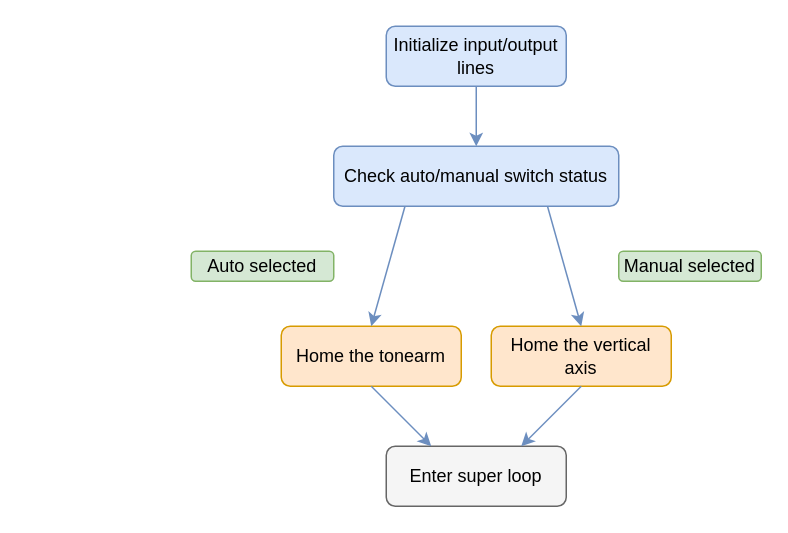
This is Design/Software/Setup.drawio from pdnelson/Automatic-Record-Player, a draw.io file, before an edit. Source tidied: cells renumbered, new cells numbered last; positions are measured from the earlier drawing's top-left corner, leaving out a move shared by most shapes. Both pictures are drawn from the tidied source at 150%, with x=0, y=0 at pixel (190, 26).
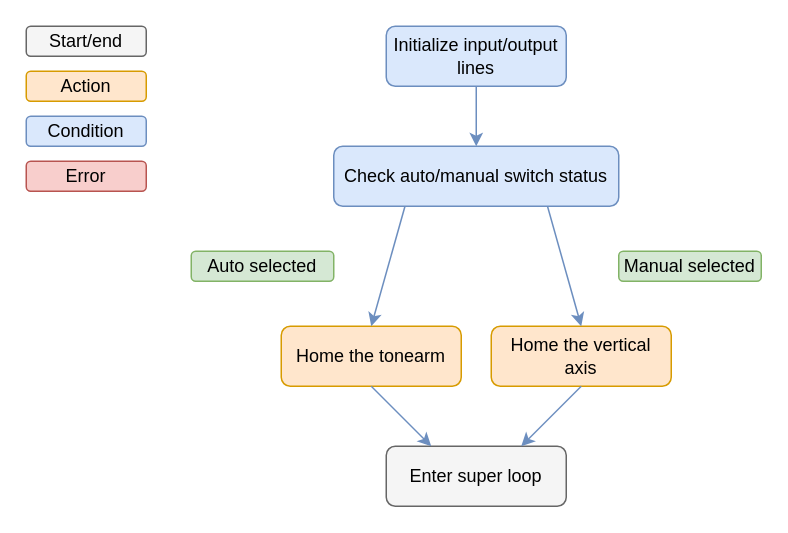
The same page after the edit.

Diff of the diagram source:
```diff
@@
 <mxGraphModel>
   <root>
     <mxCell id="0" />
     <mxCell id="1" parent="0" />
     <mxCell id="2" value="&lt;font color=&quot;#000000&quot;&gt;Initialize input/output lines&lt;/font&gt;" style="rounded=1;whiteSpace=wrap;html=1;fillColor=#dae8fc;strokeColor=#6c8ebf;" parent="1" vertex="1">
       <mxGeometry x="130" width="120" height="40" as="geometry" />
     </mxCell>
     <mxCell id="3" value="&lt;font color=&quot;#000000&quot;&gt;Check auto/manual switch status&lt;/font&gt;" style="rounded=1;whiteSpace=wrap;html=1;fillColor=#dae8fc;strokeColor=#6c8ebf;" parent="1" vertex="1">
       <mxGeometry x="95" y="80" width="190" height="40" as="geometry" />
     </mxCell>
     <mxCell id="4" value="&lt;font color=&quot;#000000&quot;&gt;Home the tonearm&lt;/font&gt;" style="rounded=1;whiteSpace=wrap;html=1;fillColor=#ffe6cc;strokeColor=#d79b00;" parent="1" vertex="1">
       <mxGeometry x="60" y="200" width="120" height="40" as="geometry" />
     </mxCell>
     <mxCell id="5" value="&lt;font color=&quot;#000000&quot;&gt;Home the vertical axis&lt;/font&gt;" style="rounded=1;whiteSpace=wrap;html=1;fillColor=#ffe6cc;strokeColor=#d79b00;" parent="1" vertex="1">
       <mxGeometry x="200" y="200" width="120" height="40" as="geometry" />
     </mxCell>
     <mxCell id="6" style="endArrow=classic;html=1;fillColor=#dae8fc;strokeColor=#6c8ebf;exitX=0.75;exitY=1;exitDx=0;exitDy=0;entryX=0.5;entryY=0;entryDx=0;entryDy=0;" parent="1" edge="1" source="3" target="5">
       <mxGeometry relative="1" as="geometry" />
     </mxCell>
     <mxCell id="7" style="endArrow=classic;html=1;fillColor=#dae8fc;strokeColor=#6c8ebf;exitX=0.25;exitY=1;exitDx=0;exitDy=0;entryX=0.5;entryY=0;entryDx=0;entryDy=0;" parent="1" edge="1" source="3" target="4">
       <mxGeometry relative="1" as="geometry" />
     </mxCell>
     <mxCell id="8" style="endArrow=classic;html=1;fillColor=#dae8fc;strokeColor=#6c8ebf;exitX=0.5;exitY=1;exitDx=0;exitDy=0;entryX=0.5;entryY=0;entryDx=0;entryDy=0;" parent="1" edge="1" source="2" target="3">
       <mxGeometry relative="1" as="geometry" />
     </mxCell>
     <mxCell id="9" value="&lt;font color=&quot;#000000&quot;&gt;Manual selected&lt;/font&gt;" style="rounded=1;whiteSpace=wrap;html=1;fillColor=#d5e8d4;strokeColor=#82b366;" parent="1" vertex="1">
       <mxGeometry x="285" y="150" width="95" height="20" as="geometry" />
     </mxCell>
     <mxCell id="10" value="&lt;font color=&quot;#000000&quot;&gt;Auto selected&lt;/font&gt;" style="rounded=1;whiteSpace=wrap;html=1;fillColor=#d5e8d4;strokeColor=#82b366;" parent="1" vertex="1">
       <mxGeometry y="150" width="95" height="20" as="geometry" />
     </mxCell>
     <mxCell id="11" value="&lt;font color=&quot;#000000&quot;&gt;Enter super loop&lt;/font&gt;" style="rounded=1;whiteSpace=wrap;html=1;fillColor=#f5f5f5;strokeColor=#666666;fontColor=#333333;" parent="1" vertex="1">
       <mxGeometry x="130" y="280" width="120" height="40" as="geometry" />
     </mxCell>
     <mxCell id="12" style="endArrow=classic;html=1;fillColor=#dae8fc;strokeColor=#6c8ebf;exitX=0.5;exitY=1;exitDx=0;exitDy=0;entryX=0.25;entryY=0;entryDx=0;entryDy=0;" parent="1" edge="1" source="4" target="11">
       <mxGeometry relative="1" as="geometry" />
     </mxCell>
     <mxCell id="13" style="endArrow=classic;html=1;fillColor=#dae8fc;strokeColor=#6c8ebf;exitX=0.5;exitY=1;exitDx=0;exitDy=0;entryX=0.75;entryY=0;entryDx=0;entryDy=0;" parent="1" edge="1" source="5" target="11">
       <mxGeometry relative="1" as="geometry" />
     </mxCell>
+    <mxCell id="14" value="&lt;font color=&quot;#000000&quot;&gt;Action&lt;/font&gt;" style="rounded=1;whiteSpace=wrap;html=1;fillColor=#ffe6cc;strokeColor=#d79b00;" parent="1" vertex="1">
+      <mxGeometry x="-110" y="30" width="80" height="20" as="geometry" />
+    </mxCell>
+    <mxCell id="15" value="&lt;font color=&quot;#000000&quot;&gt;Condition&lt;/font&gt;" style="rounded=1;whiteSpace=wrap;html=1;fillColor=#dae8fc;strokeColor=#6c8ebf;" parent="1" vertex="1">
+      <mxGeometry x="-110" y="60" width="80" height="20" as="geometry" />
+    </mxCell>
+    <mxCell id="16" value="&lt;font color=&quot;#000000&quot;&gt;Start/end&lt;/font&gt;" style="rounded=1;whiteSpace=wrap;html=1;fillColor=#f5f5f5;strokeColor=#666666;fontColor=#333333;" parent="1" vertex="1">
+      <mxGeometry x="-110" width="80" height="20" as="geometry" />
+    </mxCell>
+    <mxCell id="17" value="&lt;font color=&quot;#000000&quot;&gt;Error&lt;/font&gt;" style="rounded=1;whiteSpace=wrap;html=1;fillColor=#f8cecc;strokeColor=#b85450;" parent="1" vertex="1">
+      <mxGeometry x="-110" y="90" width="80" height="20" as="geometry" />
+    </mxCell>
   </root>
 </mxGraphModel>
```
